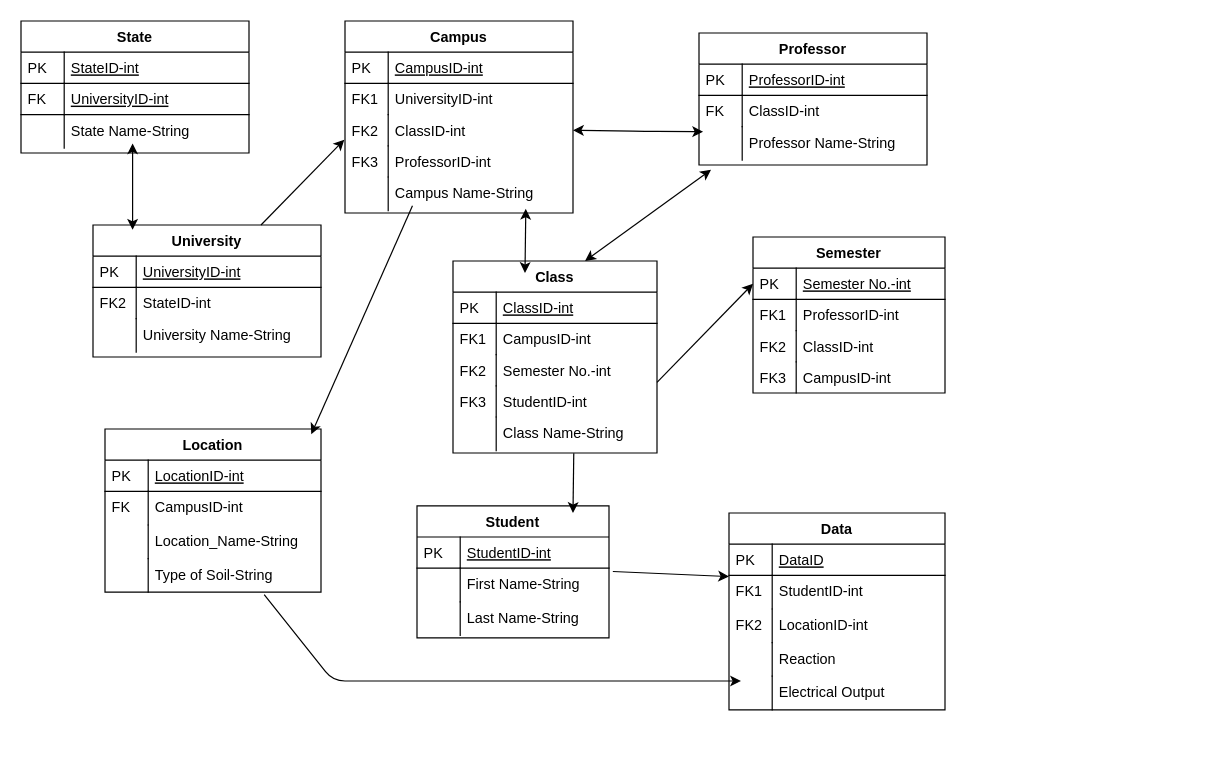
Earlier version of the draw.io diagram ER-Phase I.drawio (dr3w-sam/CS_4318_Database). Source tidied: cells renumbered, new cells numbered last; positions are measured from the earlier drawing's top-left corner, leaving out a move shared by most shapes. Both pictures are drawn from the tidied source at 120%, with x=0, y=0 at pixel (20, 20).
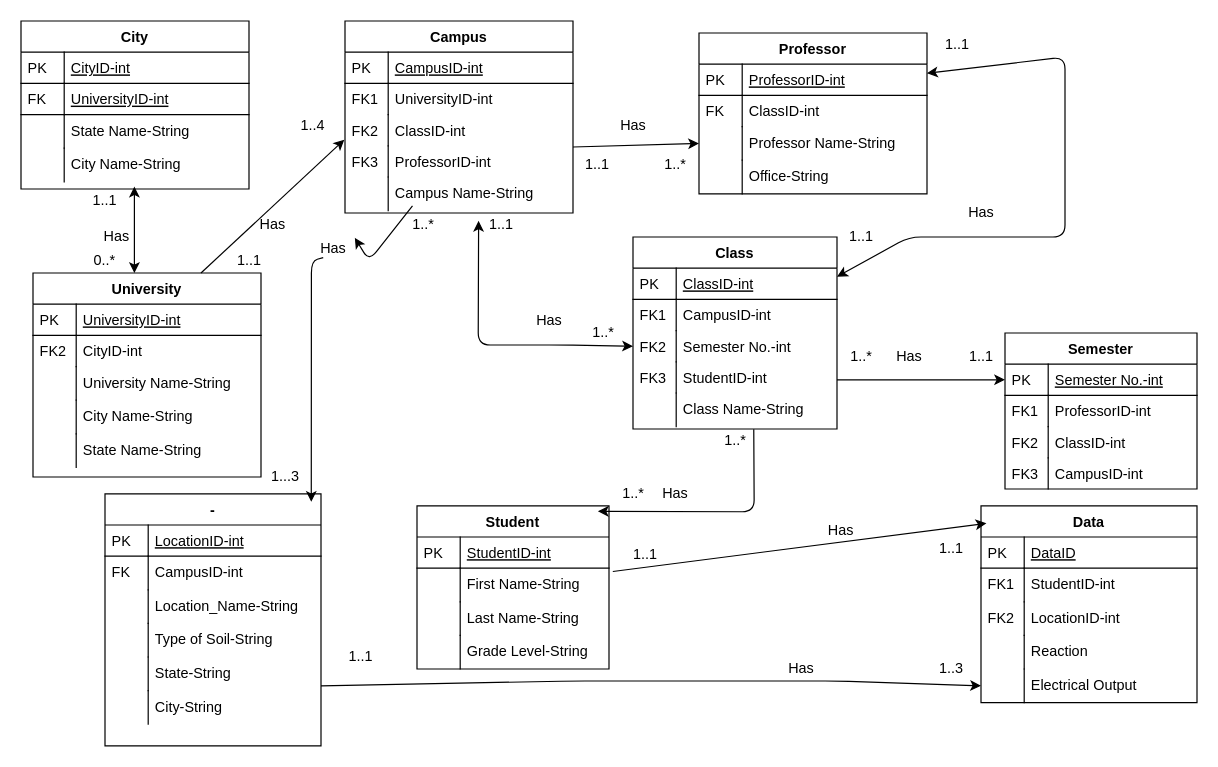
The same page after the edit.

The change refers to these unchanged cells:
```xml
<mxCell id="3" value="StudentID-int" style="shape=partialRectangle;top=0;left=0;right=0;bottom=1;align=left;verticalAlign=top;fillColor=none;spacingLeft=40;spacingRight=4;overflow=hidden;points=[[0,0.5],[1,0.5]];portConstraint=eastwest;rounded=0;shadow=0;strokeWidth=1;fontStyle=4;" parent="2" vertex="1">
  <mxGeometry y="26" width="160" height="26" as="geometry" />
</mxCell>
<mxCell id="15" value="ClassID-int" style="shape=partialRectangle;top=0;left=0;right=0;bottom=0;align=left;verticalAlign=top;fillColor=none;spacingLeft=40;spacingRight=4;overflow=hidden;points=[[0,0.5],[1,0.5]];portConstraint=eastwest;rounded=0;shadow=0;strokeWidth=1;" parent="10" vertex="1">
  <mxGeometry y="78" width="190" height="26" as="geometry" />
</mxCell>
<mxCell id="19" value="Campus Name-String" style="shape=partialRectangle;top=0;left=0;right=0;bottom=0;align=left;verticalAlign=top;fillColor=none;spacingLeft=40;spacingRight=4;overflow=hidden;points=[[0,0.5],[1,0.5]];portConstraint=eastwest;rounded=0;shadow=0;strokeWidth=1;" parent="10" vertex="1">
  <mxGeometry y="130" width="190" height="28" as="geometry" />
</mxCell>
<mxCell id="26" value="Semester No.-int" style="shape=partialRectangle;top=0;left=0;right=0;bottom=0;align=left;verticalAlign=top;fillColor=none;spacingLeft=40;spacingRight=4;overflow=hidden;points=[[0,0.5],[1,0.5]];portConstraint=eastwest;rounded=0;shadow=0;strokeWidth=1;" parent="21" vertex="1">
  <mxGeometry y="78" width="170" height="26" as="geometry" />
</mxCell>
<mxCell id="30" value="Class Name-String" style="shape=partialRectangle;top=0;left=0;right=0;bottom=0;align=left;verticalAlign=top;fillColor=none;spacingLeft=40;spacingRight=4;overflow=hidden;points=[[0,0.5],[1,0.5]];portConstraint=eastwest;rounded=0;shadow=0;strokeWidth=1;" parent="21" vertex="1">
  <mxGeometry y="130" width="170" height="28" as="geometry" />
</mxCell>
<mxCell id="42" value="Electrical Output" style="shape=partialRectangle;top=0;left=0;right=0;bottom=0;align=left;verticalAlign=top;fillColor=none;spacingLeft=40;spacingRight=4;overflow=hidden;points=[[0,0.5],[1,0.5]];portConstraint=eastwest;rounded=0;shadow=0;strokeWidth=1;" parent="33" vertex="1">
  <mxGeometry y="136" width="180" height="28" as="geometry" />
</mxCell>
<mxCell id="49" value="Professor Name-String" style="shape=partialRectangle;top=0;left=0;right=0;bottom=0;align=left;verticalAlign=top;fillColor=none;spacingLeft=40;spacingRight=4;overflow=hidden;points=[[0,0.5],[1,0.5]];portConstraint=eastwest;rounded=0;shadow=0;strokeWidth=1;" parent="44" vertex="1">
  <mxGeometry y="78" width="190" height="28" as="geometry" />
</mxCell>
<mxCell id="58" value="Type of Soil-String" style="shape=partialRectangle;top=0;left=0;right=0;bottom=0;align=left;verticalAlign=top;fillColor=none;spacingLeft=40;spacingRight=4;overflow=hidden;points=[[0,0.5],[1,0.5]];portConstraint=eastwest;rounded=0;shadow=0;strokeWidth=1;" parent="51" vertex="1">
  <mxGeometry y="108" width="180" height="28" as="geometry" />
</mxCell>
<mxCell id="61" value="Semester No.-int" style="shape=partialRectangle;top=0;left=0;right=0;bottom=1;align=left;verticalAlign=top;fillColor=none;spacingLeft=40;spacingRight=4;overflow=hidden;points=[[0,0.5],[1,0.5]];portConstraint=eastwest;rounded=0;shadow=0;strokeWidth=1;fontStyle=4;" parent="60" vertex="1">
  <mxGeometry y="26" width="160" height="26" as="geometry" />
</mxCell>
```

The edit, as a diff of the source:
```diff
@@
     <mxCell id="2" value="Student" style="swimlane;fontStyle=1;horizontal=1;startSize=26;rounded=0;shadow=0;strokeWidth=1;" parent="1" vertex="1">
-      <mxGeometry x="330" y="404" width="160" height="110" as="geometry" />
+      <mxGeometry x="330" y="404" width="160" height="136" as="geometry" />
     </mxCell>
@@
-    <mxCell id="5" style="endArrow=classic;html=1;exitX=0.592;exitY=1.079;exitDx=0;exitDy=0;exitPerimeter=0;" parent="2" edge="1" source="30">
-      <mxGeometry relative="1" as="geometry">
-        <mxPoint x="130" y="6" as="targetPoint" />
-      </mxGeometry>
-    </mxCell>
@@
+    <mxCell id="91" value="Grade Level-String" style="shape=partialRectangle;top=0;left=0;right=0;bottom=0;align=left;verticalAlign=top;fillColor=none;spacingLeft=40;spacingRight=4;overflow=hidden;rounded=0;shadow=0;strokeWidth=1;" parent="2" vertex="1">
+      <mxGeometry y="108" width="160" height="28" as="geometry" />
+    </mxCell>
+    <mxCell id="92" style="shape=partialRectangle;top=0;left=0;bottom=0;fillColor=none;align=left;verticalAlign=top;spacingLeft=4;spacingRight=4;overflow=hidden;" parent="91" vertex="1">
+      <mxGeometry width="36" height="28" as="geometry" />
+    </mxCell>
@@
     <mxCell id="21" value="Class" style="swimlane;fontStyle=1;horizontal=1;startSize=26;rounded=0;shadow=0;strokeWidth=1;" parent="1" vertex="1">
-      <mxGeometry x="360" y="200" width="170" height="160" as="geometry" />
+      <mxGeometry x="510" y="180" width="170" height="160" as="geometry" />
     </mxCell>
@@
-    <mxCell id="32" style="endArrow=classic;startArrow=classic;html=1;entryX=1;entryY=0.5;entryDx=0;entryDy=0;exitX=0.053;exitY=1.285;exitDx=0;exitDy=0;exitPerimeter=0;" parent="21" edge="1" source="49">
-      <mxGeometry relative="1" as="geometry">
-        <mxPoint x="110" as="targetPoint" />
-      </mxGeometry>
-    </mxCell>
     <mxCell id="33" value="Data" style="swimlane;fontStyle=1;horizontal=1;startSize=26;rounded=0;shadow=0;strokeWidth=1;" parent="1" vertex="1">
-      <mxGeometry x="590" y="410" width="180" height="164" as="geometry" />
+      <mxGeometry x="800" y="404" width="180" height="164" as="geometry" />
     </mxCell>
@@
     <mxCell id="44" value="Professor" style="swimlane;fontStyle=1;horizontal=1;startSize=26;rounded=0;shadow=0;strokeWidth=1;" parent="1" vertex="1">
-      <mxGeometry x="565" y="10" width="190" height="110" as="geometry" />
+      <mxGeometry x="565" y="10" width="190" height="134" as="geometry" />
     </mxCell>
@@
+    <mxCell id="93" value="Office-String" style="shape=partialRectangle;top=0;left=0;right=0;bottom=0;align=left;verticalAlign=top;fillColor=none;spacingLeft=40;spacingRight=4;overflow=hidden;rounded=0;shadow=0;strokeWidth=1;" parent="44" vertex="1">
+      <mxGeometry y="106" width="190" height="28" as="geometry" />
+    </mxCell>
+    <mxCell id="94" style="shape=partialRectangle;top=0;left=0;bottom=0;fillColor=none;align=left;verticalAlign=top;spacingLeft=4;spacingRight=4;overflow=hidden;" parent="93" vertex="1">
+      <mxGeometry width="36" height="28" as="geometry" />
+    </mxCell>
-    <mxCell id="51" value="Location" style="swimlane;fontStyle=1;horizontal=1;startSize=26;rounded=0;shadow=0;strokeWidth=1;" parent="1" vertex="1">
-      <mxGeometry x="70" y="340" width="180" height="136" as="geometry" />
+    <mxCell id="51" value="-" style="swimlane;fontStyle=1;horizontal=1;startSize=26;rounded=0;shadow=0;strokeWidth=1;" parent="1" vertex="1">
+      <mxGeometry x="70" y="394" width="180" height="210" as="geometry" />
     </mxCell>
@@
+    <mxCell id="95" value="State-String" style="shape=partialRectangle;top=0;left=0;right=0;bottom=0;align=left;verticalAlign=top;fillColor=none;spacingLeft=40;spacingRight=4;overflow=hidden;rounded=0;shadow=0;strokeWidth=1;" parent="51" vertex="1">
+      <mxGeometry y="136" width="180" height="28" as="geometry" />
+    </mxCell>
+    <mxCell id="96" style="shape=partialRectangle;top=0;left=0;bottom=0;fillColor=none;align=left;verticalAlign=top;spacingLeft=4;spacingRight=4;overflow=hidden;" parent="95" vertex="1">
+      <mxGeometry width="36" height="28" as="geometry" />
+    </mxCell>
+    <mxCell id="97" value="City-String" style="shape=partialRectangle;top=0;left=0;right=0;bottom=0;align=left;verticalAlign=top;fillColor=none;spacingLeft=40;spacingRight=4;overflow=hidden;rounded=0;shadow=0;strokeWidth=1;" parent="51" vertex="1">
+      <mxGeometry y="164" width="180" height="28" as="geometry" />
+    </mxCell>
+    <mxCell id="98" style="shape=partialRectangle;top=0;left=0;bottom=0;fillColor=none;align=left;verticalAlign=top;spacingLeft=4;spacingRight=4;overflow=hidden;" parent="97" vertex="1">
+      <mxGeometry width="36" height="28" as="geometry" />
+    </mxCell>
     <mxCell id="60" value="Semester" style="swimlane;fontStyle=1;horizontal=1;startSize=26;rounded=0;shadow=0;strokeWidth=1;" parent="1" vertex="1">
-      <mxGeometry x="610" y="180" width="160" height="130" as="geometry" />
+      <mxGeometry x="820" y="260" width="160" height="130" as="geometry" />
     </mxCell>
@@
     <mxCell id="69" value="University" style="swimlane;fontStyle=1;horizontal=1;startSize=26;rounded=0;shadow=0;strokeWidth=1;" parent="1" vertex="1">
-      <mxGeometry x="60" y="170" width="190" height="110" as="geometry" />
+      <mxGeometry x="10" y="210" width="190" height="170" as="geometry" />
     </mxCell>
@@
-    <mxCell id="72" value="StateID-int" style="shape=partialRectangle;top=0;left=0;right=0;bottom=0;align=left;verticalAlign=top;fillColor=none;spacingLeft=40;spacingRight=4;overflow=hidden;rounded=0;shadow=0;strokeWidth=1;" parent="69" vertex="1">
+    <mxCell id="72" value="CityID-int" style="shape=partialRectangle;top=0;left=0;right=0;bottom=0;align=left;verticalAlign=top;fillColor=none;spacingLeft=40;spacingRight=4;overflow=hidden;rounded=0;shadow=0;strokeWidth=1;" parent="69" vertex="1">
       <mxGeometry y="52" width="190" height="26" as="geometry" />
     </mxCell>
@@
+    <mxCell id="99" value="City Name-String&#10;" style="shape=partialRectangle;top=0;left=0;right=0;bottom=0;align=left;verticalAlign=top;fillColor=none;spacingLeft=40;spacingRight=4;overflow=hidden;rounded=0;shadow=0;strokeWidth=1;" parent="69" vertex="1">
+      <mxGeometry y="106" width="190" height="28" as="geometry" />
+    </mxCell>
+    <mxCell id="100" style="shape=partialRectangle;top=0;left=0;bottom=0;fillColor=none;align=left;verticalAlign=top;spacingLeft=4;spacingRight=4;overflow=hidden;" parent="99" vertex="1">
+      <mxGeometry width="36" height="28" as="geometry" />
+    </mxCell>
+    <mxCell id="101" value="State Name-String" style="shape=partialRectangle;top=0;left=0;right=0;bottom=0;align=left;verticalAlign=top;fillColor=none;spacingLeft=40;spacingRight=4;overflow=hidden;rounded=0;shadow=0;strokeWidth=1;" parent="69" vertex="1">
+      <mxGeometry y="134" width="190" height="28" as="geometry" />
+    </mxCell>
+    <mxCell id="102" style="shape=partialRectangle;top=0;left=0;bottom=0;fillColor=none;align=left;verticalAlign=top;spacingLeft=4;spacingRight=4;overflow=hidden;" parent="101" vertex="1">
+      <mxGeometry width="36" height="28" as="geometry" />
+    </mxCell>
-    <mxCell id="77" value="State" style="swimlane;fontStyle=1;horizontal=1;startSize=26;rounded=0;shadow=0;strokeWidth=1;" parent="1" vertex="1">
-      <mxGeometry width="190" height="110" as="geometry" />
+    <mxCell id="77" value="City" style="swimlane;fontStyle=1;horizontal=1;startSize=26;rounded=0;shadow=0;strokeWidth=1;" parent="1" vertex="1">
+      <mxGeometry width="190" height="140" as="geometry" />
     </mxCell>
-    <mxCell id="78" value="StateID-int" style="shape=partialRectangle;top=0;left=0;right=0;bottom=1;align=left;verticalAlign=top;fillColor=none;spacingLeft=40;spacingRight=4;overflow=hidden;rounded=0;shadow=0;strokeWidth=1;fontStyle=4;" parent="77" vertex="1">
+    <mxCell id="78" value="CityID-int" style="shape=partialRectangle;top=0;left=0;right=0;bottom=1;align=left;verticalAlign=top;fillColor=none;spacingLeft=40;spacingRight=4;overflow=hidden;rounded=0;shadow=0;strokeWidth=1;fontStyle=4;" parent="77" vertex="1">
       <mxGeometry y="26" width="190" height="26" as="geometry" />
     </mxCell>
@@
+    <mxCell id="103" value="City Name-String" style="shape=partialRectangle;top=0;left=0;right=0;bottom=0;align=left;verticalAlign=top;fillColor=none;spacingLeft=40;spacingRight=4;overflow=hidden;rounded=0;shadow=0;strokeWidth=1;" parent="77" vertex="1">
+      <mxGeometry y="106" width="190" height="28" as="geometry" />
+    </mxCell>
+    <mxCell id="104" style="shape=partialRectangle;top=0;left=0;bottom=0;fillColor=none;align=left;verticalAlign=top;spacingLeft=4;spacingRight=4;overflow=hidden;" parent="103" vertex="1">
+      <mxGeometry width="36" height="28" as="geometry" />
+    </mxCell>
     <mxCell id="84" style="endArrow=classic;startArrow=classic;html=1;" parent="1" edge="1">
       <mxGeometry relative="1" as="geometry">
-        <mxPoint x="93" y="102" as="sourcePoint" />
-        <mxPoint x="93" y="174" as="targetPoint" />
+        <mxPoint x="94.5" y="138" as="sourcePoint" />
+        <mxPoint x="94.5" y="210" as="targetPoint" />
         <Array as="points">
-          <mxPoint x="93" y="150" />
+          <mxPoint x="94.5" y="186" />
         </Array>
       </mxGeometry>
     </mxCell>
-    <mxCell id="85" style="endArrow=classic;startArrow=classic;html=1;exitX=0.793;exitY=0.948;exitDx=0;exitDy=0;exitPerimeter=0;" parent="1" edge="1" source="19">
+    <mxCell id="85" style="endArrow=classic;startArrow=classic;html=1;exitX=0.586;exitY=1.305;exitDx=0;exitDy=0;exitPerimeter=0;entryX=0;entryY=0.5;entryDx=0;entryDy=0;" parent="1" edge="1" source="19" target="26">
       <mxGeometry relative="1" as="geometry">
-        <mxPoint x="420" y="210" as="targetPoint" />
+        <Array as="points">
+          <mxPoint x="381" y="270" />
+          <mxPoint x="450" y="270" />
+        </Array>
       </mxGeometry>
     </mxCell>
-    <mxCell id="86" style="endArrow=classic;startArrow=classic;html=1;entryX=1;entryY=0.5;entryDx=0;entryDy=0;exitX=0.018;exitY=0.152;exitDx=0;exitDy=0;exitPerimeter=0;" parent="1" edge="1" source="49" target="15">
-      <mxGeometry relative="1" as="geometry">
-        <Array as="points">
-          <mxPoint x="520" y="92" />
-        </Array>
-      </mxGeometry>
-    </mxCell>
     <mxCell id="87" style="endArrow=classic;html=1;entryX=0;entryY=0.5;entryDx=0;entryDy=0;" parent="1" edge="1" target="61">
       <mxGeometry relative="1" as="geometry">
-        <mxPoint x="530" y="301.1" as="sourcePoint" />
+        <mxPoint x="680" y="299" as="sourcePoint" />
       </mxGeometry>
     </mxCell>
-    <mxCell id="88" style="endArrow=classic;html=1;entryX=0.955;entryY=0.032;entryDx=0;entryDy=0;entryPerimeter=0;exitX=0.296;exitY=0.858;exitDx=0;exitDy=0;exitPerimeter=0;" parent="1" edge="1" source="19" target="51">
-      <mxGeometry relative="1" as="geometry" />
+    <mxCell id="88" style="endArrow=classic;html=1;entryX=0.955;entryY=0.032;entryDx=0;entryDy=0;entryPerimeter=0;exitX=0.296;exitY=0.858;exitDx=0;exitDy=0;exitPerimeter=0;" parent="1" edge="1" source="111" target="51">
+      <mxGeometry relative="1" as="geometry">
+        <Array as="points">
+          <mxPoint x="242" y="200" />
+        </Array>
+      </mxGeometry>
     </mxCell>
-    <mxCell id="89" style="endArrow=classic;html=1;exitX=1.02;exitY=1.105;exitDx=0;exitDy=0;exitPerimeter=0;" parent="1" edge="1" source="3">
-      <mxGeometry relative="1" as="geometry">
-        <mxPoint x="590" y="463" as="targetPoint" />
-      </mxGeometry>
+    <mxCell id="89" style="endArrow=classic;html=1;exitX=1.02;exitY=1.105;exitDx=0;exitDy=0;exitPerimeter=0;entryX=0.025;entryY=0.089;entryDx=0;entryDy=0;entryPerimeter=0;" parent="1" edge="1" source="3" target="33">
+      <mxGeometry relative="1" as="geometry" />
     </mxCell>
-    <mxCell id="90" style="endArrow=classic;html=1;exitX=0.737;exitY=1.069;exitDx=0;exitDy=0;exitPerimeter=0;" parent="1" edge="1" source="58">
+    <mxCell id="90" style="endArrow=classic;html=1;entryX=0;entryY=0.5;entryDx=0;entryDy=0;" parent="1" edge="1" target="42">
       <mxGeometry relative="1" as="geometry">
-        <mxPoint x="600" y="550" as="targetPoint" />
+        <mxPoint x="250" y="554" as="sourcePoint" />
         <Array as="points">
-          <mxPoint x="260" y="550" />
+          <mxPoint x="460" y="550" />
+          <mxPoint x="680" y="550" />
         </Array>
       </mxGeometry>
     </mxCell>
+    <mxCell id="5" style="endArrow=classic;html=1;exitX=0.592;exitY=1.079;exitDx=0;exitDy=0;exitPerimeter=0;entryX=0.942;entryY=0.034;entryDx=0;entryDy=0;entryPerimeter=0;" parent="1" edge="1" source="30" target="2">
+      <mxGeometry relative="1" as="geometry">
+        <Array as="points">
+          <mxPoint x="611" y="409" />
+        </Array>
+      </mxGeometry>
+    </mxCell>
+    <mxCell id="32" style="endArrow=classic;startArrow=classic;html=1;exitX=1;exitY=0.25;exitDx=0;exitDy=0;" parent="1" edge="1" source="44" target="21">
+      <mxGeometry relative="1" as="geometry">
+        <Array as="points">
+          <mxPoint x="870" y="30" />
+          <mxPoint x="870" y="150" />
+          <mxPoint x="870" y="180" />
+          <mxPoint x="740" y="180" />
+        </Array>
+      </mxGeometry>
+    </mxCell>
+    <mxCell id="105" value="1..1" style="text;html=1;strokeColor=none;fillColor=none;align=center;verticalAlign=middle;whiteSpace=wrap;rounded=0;" parent="1" vertex="1">
+      <mxGeometry x="50" y="140" width="40" height="20" as="geometry" />
+    </mxCell>
+    <mxCell id="106" value="0..*" style="text;html=1;strokeColor=none;fillColor=none;align=center;verticalAlign=middle;whiteSpace=wrap;rounded=0;" parent="1" vertex="1">
+      <mxGeometry x="50" y="190" width="40" height="20" as="geometry" />
+    </mxCell>
+    <mxCell id="107" value="Has" style="text;html=1;strokeColor=none;fillColor=none;align=center;verticalAlign=middle;whiteSpace=wrap;rounded=0;" parent="1" vertex="1">
+      <mxGeometry x="190" y="160" width="40" height="20" as="geometry" />
+    </mxCell>
+    <mxCell id="108" value="Has" style="text;html=1;strokeColor=none;fillColor=none;align=center;verticalAlign=middle;whiteSpace=wrap;rounded=0;" parent="1" vertex="1">
+      <mxGeometry x="60" y="170" width="40" height="20" as="geometry" />
+    </mxCell>
+    <mxCell id="109" value="1..4" style="text;html=1;align=center;verticalAlign=middle;" parent="1" vertex="1">
+      <mxGeometry x="223" y="77" width="40" height="20" as="geometry" />
+    </mxCell>
+    <mxCell id="110" value="1..1" style="text;html=1;align=center;verticalAlign=middle;" parent="1" vertex="1">
+      <mxGeometry x="170" y="190" width="40" height="20" as="geometry" />
+    </mxCell>
+    <mxCell id="111" value="Has" style="text;html=1;align=center;verticalAlign=middle;points=[];" parent="1" vertex="1">
+      <mxGeometry x="240" y="180" width="40" height="20" as="geometry" />
+    </mxCell>
+    <mxCell id="112" style="endArrow=classic;html=1;entryX=0.955;entryY=0.032;entryDx=0;entryDy=0;entryPerimeter=0;exitX=0.296;exitY=0.858;exitDx=0;exitDy=0;exitPerimeter=0;" parent="1" edge="1" source="19" target="111">
+      <mxGeometry relative="1" as="geometry">
+        <Array as="points">
+          <mxPoint x="290" y="200" />
+        </Array>
+      </mxGeometry>
+    </mxCell>
+    <mxCell id="113" value="1..*" style="text;html=1;align=center;verticalAlign=middle;" parent="1" vertex="1">
+      <mxGeometry x="320" y="160" width="30" height="20" as="geometry" />
+    </mxCell>
+    <mxCell id="114" value="1...3" style="text;html=1;align=center;verticalAlign=middle;" parent="1" vertex="1">
+      <mxGeometry x="200" y="370" width="40" height="20" as="geometry" />
+    </mxCell>
+    <mxCell id="115" value="Has" style="text;html=1;align=center;verticalAlign=middle;" parent="1" vertex="1">
+      <mxGeometry x="420" y="240" width="40" height="20" as="geometry" />
+    </mxCell>
+    <mxCell id="116" style="endArrow=classic;html=1;entryX=0;entryY=0.5;entryDx=0;entryDy=0;" parent="1" edge="1" target="49">
+      <mxGeometry relative="1" as="geometry">
+        <mxPoint x="460" y="105" as="sourcePoint" />
+      </mxGeometry>
+    </mxCell>
+    <mxCell id="117" value="Has" style="text;html=1;align=center;verticalAlign=middle;" parent="1" vertex="1">
+      <mxGeometry x="490" y="77" width="40" height="20" as="geometry" />
+    </mxCell>
+    <mxCell id="118" value="1..*" style="text;html=1;align=center;verticalAlign=middle;" parent="1" vertex="1">
+      <mxGeometry x="530" y="110" width="30" height="20" as="geometry" />
+    </mxCell>
+    <mxCell id="119" value="1..1" style="text;html=1;align=center;verticalAlign=middle;" parent="1" vertex="1">
+      <mxGeometry x="460" y="110" width="40" height="20" as="geometry" />
+    </mxCell>
+    <mxCell id="120" value="Has" style="text;html=1;align=center;verticalAlign=middle;" parent="1" vertex="1">
+      <mxGeometry x="720" y="270" width="40" height="20" as="geometry" />
+    </mxCell>
+    <mxCell id="121" value="Has" style="text;html=1;align=center;verticalAlign=middle;" parent="1" vertex="1">
+      <mxGeometry x="780" y="150" width="40" height="20" as="geometry" />
+    </mxCell>
+    <mxCell id="122" value="Has" style="text;html=1;align=center;verticalAlign=middle;" parent="1" vertex="1">
+      <mxGeometry x="525" y="384" width="40" height="20" as="geometry" />
+    </mxCell>
+    <mxCell id="123" value="Has" style="text;html=1;align=center;verticalAlign=middle;" parent="1" vertex="1">
+      <mxGeometry x="663" y="415" width="40" height="20" as="geometry" />
+    </mxCell>
+    <mxCell id="124" value="1..1" style="text;html=1;align=center;verticalAlign=middle;" parent="1" vertex="1">
+      <mxGeometry x="500" y="435" width="40" height="20" as="geometry" />
+    </mxCell>
+    <mxCell id="125" value="1..1" style="text;html=1;align=center;verticalAlign=middle;" parent="1" vertex="1">
+      <mxGeometry x="755" y="430" width="40" height="20" as="geometry" />
+    </mxCell>
+    <mxCell id="126" value="1..3" style="text;html=1;align=center;verticalAlign=middle;" parent="1" vertex="1">
+      <mxGeometry x="755" y="530" width="40" height="20" as="geometry" />
+    </mxCell>
+    <mxCell id="127" value="1..1" style="text;html=1;align=center;verticalAlign=middle;" parent="1" vertex="1">
+      <mxGeometry x="263" y="520" width="40" height="20" as="geometry" />
+    </mxCell>
+    <mxCell id="128" value="Has" style="text;html=1;align=center;verticalAlign=middle;" parent="1" vertex="1">
+      <mxGeometry x="630" y="530" width="40" height="20" as="geometry" />
+    </mxCell>
+    <mxCell id="129" value="1..1" style="text;html=1;align=center;verticalAlign=middle;" parent="1" vertex="1">
+      <mxGeometry x="680" y="170" width="40" height="20" as="geometry" />
+    </mxCell>
+    <mxCell id="130" value="1..1" style="text;html=1;align=center;verticalAlign=middle;" parent="1" vertex="1">
+      <mxGeometry x="760" y="10" width="40" height="20" as="geometry" />
+    </mxCell>
+    <mxCell id="131" value="1..*" style="text;html=1;align=center;verticalAlign=middle;" parent="1" vertex="1">
+      <mxGeometry x="685" y="270" width="30" height="20" as="geometry" />
+    </mxCell>
+    <mxCell id="132" value="1..1" style="text;html=1;align=center;verticalAlign=middle;" parent="1" vertex="1">
+      <mxGeometry x="780" y="270" width="40" height="20" as="geometry" />
+    </mxCell>
+    <mxCell id="133" value="1..1" style="text;html=1;align=center;verticalAlign=middle;" parent="1" vertex="1">
+      <mxGeometry x="380" y="160" width="40" height="20" as="geometry" />
+    </mxCell>
+    <mxCell id="134" value="1..*" style="text;html=1;align=center;verticalAlign=middle;" parent="1" vertex="1">
+      <mxGeometry x="470" y="250" width="30" height="20" as="geometry" />
+    </mxCell>
+    <mxCell id="135" value="1..*" style="text;html=1;align=center;verticalAlign=middle;" parent="1" vertex="1">
+      <mxGeometry x="580" y="340" width="30" height="20" as="geometry" />
+    </mxCell>
+    <mxCell id="136" value="1..*" style="text;html=1;align=center;verticalAlign=middle;" parent="1" vertex="1">
+      <mxGeometry x="495" y="384" width="30" height="20" as="geometry" />
+    </mxCell>
```
